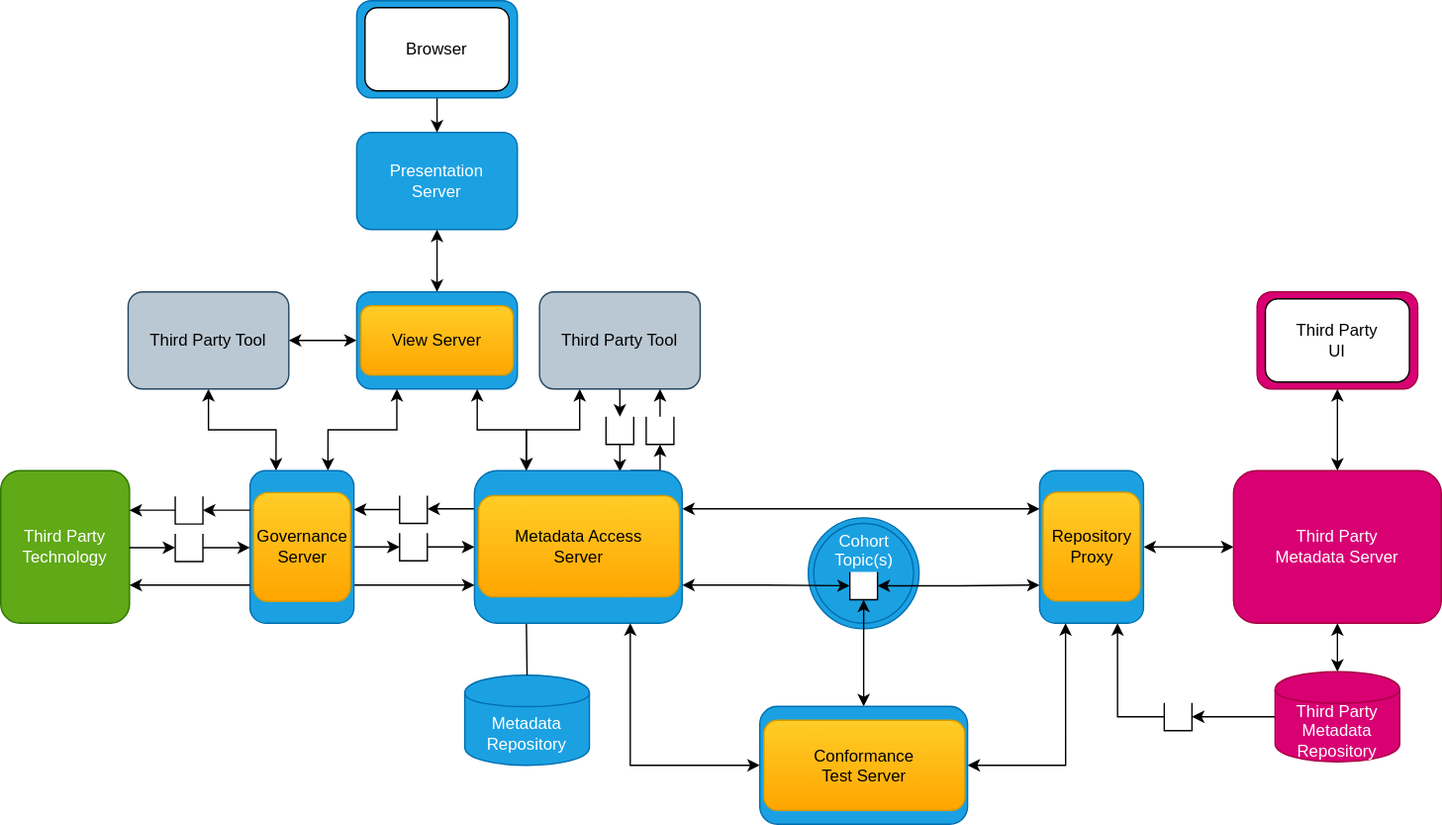
This is site/docs/concepts/omag-server-ecosystem.svg from odpi/egeria-docs, a draw.io export, as it was before one commit. Source tidied: cells renumbered, new cells last; positions are measured from the earlier drawing's top-left corner, leaving out a move shared by most shapes.
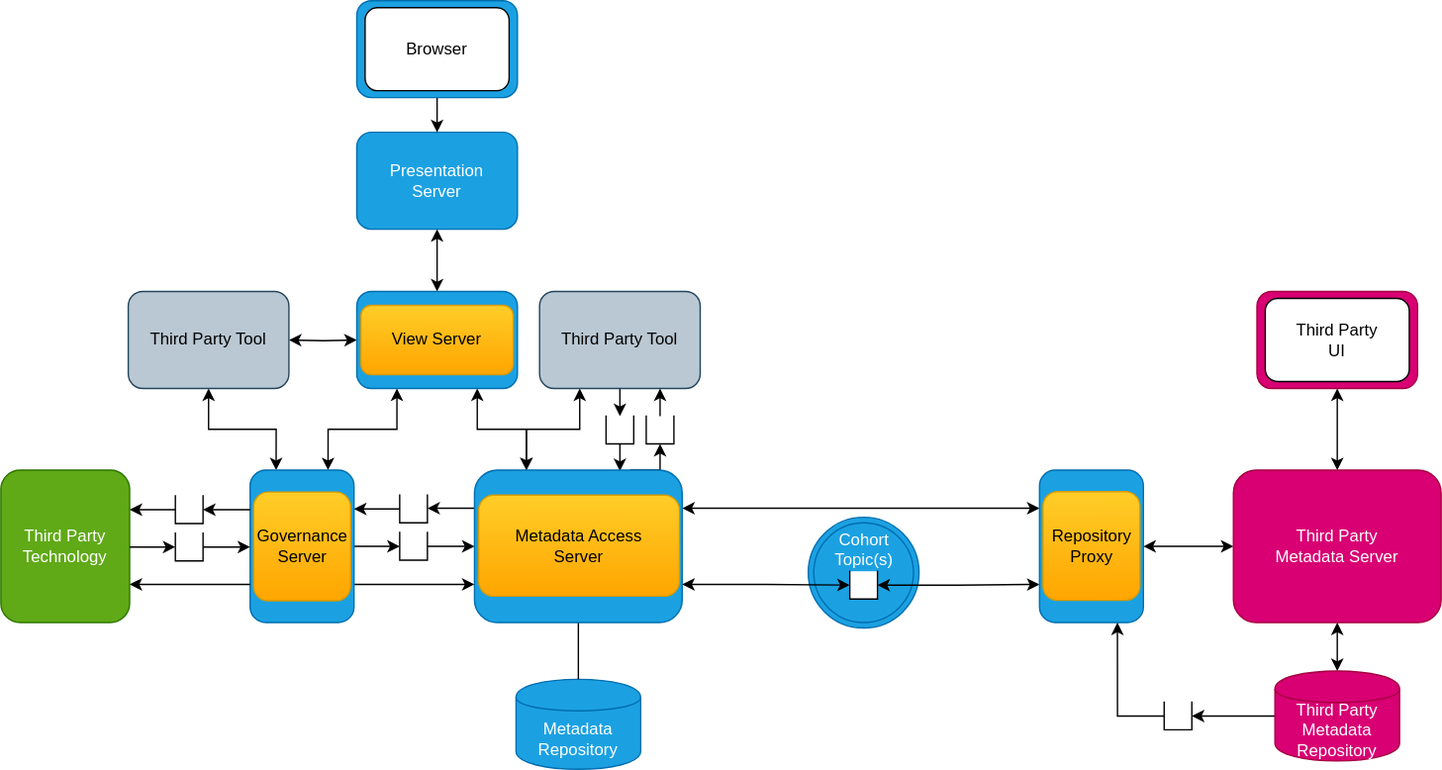
The same diagram one commit later.

What changed in the source:
```diff
@@ -2,22 +2,22 @@
   <root>
     <mxCell id="0" />
     <mxCell id="1" parent="0" />
-    <mxCell id="2" style="edgeStyle=orthogonalEdgeStyle;rounded=0;jettySize=auto;html=1;entryX=0.25;entryY=0;entryDx=0;entryDy=0;startArrow=classic;startFill=1;endArrow=classic;endFill=1;exitX=0.75;exitY=1;exitDx=0;exitDy=0;" parent="1" edge="1" source="60" target="12">
+    <mxCell id="2" style="edgeStyle=orthogonalEdgeStyle;rounded=0;jettySize=auto;html=1;entryX=0.25;entryY=0;entryDx=0;entryDy=0;startArrow=classic;startFill=1;endArrow=classic;endFill=1;exitX=0.75;exitY=1;exitDx=0;exitDy=0;" parent="1" edge="1" source="56" target="12">
       <mxGeometry relative="1" as="geometry" />
     </mxCell>
-    <mxCell id="3" style="edgeStyle=orthogonalEdgeStyle;rounded=0;jettySize=auto;html=1;exitX=0.25;exitY=1;exitDx=0;exitDy=0;startArrow=classic;startFill=1;endArrow=classic;endFill=1;entryX=0.75;entryY=0;entryDx=0;entryDy=0;" parent="1" edge="1" source="60" target="16">
+    <mxCell id="3" style="edgeStyle=orthogonalEdgeStyle;rounded=0;jettySize=auto;html=1;exitX=0.25;exitY=1;exitDx=0;exitDy=0;startArrow=classic;startFill=1;endArrow=classic;endFill=1;entryX=0.75;entryY=0;entryDx=0;entryDy=0;" parent="1" edge="1" source="56" target="16">
       <mxGeometry relative="1" as="geometry" />
     </mxCell>
-    <mxCell id="4" style="edgeStyle=orthogonalEdgeStyle;rounded=0;jettySize=auto;html=1;exitX=0.5;exitY=1;exitDx=0;exitDy=0;entryX=0.5;entryY=0;entryDx=0;entryDy=0;startArrow=classic;startFill=1;" parent="1" edge="1" source="5" target="60">
+    <mxCell id="4" style="edgeStyle=orthogonalEdgeStyle;rounded=0;jettySize=auto;html=1;exitX=0.5;exitY=1;exitDx=0;exitDy=0;entryX=0.5;entryY=0;entryDx=0;entryDy=0;startArrow=classic;startFill=1;" parent="1" edge="1" source="5" target="56">
       <mxGeometry relative="1" as="geometry" />
     </mxCell>
     <mxCell id="5" value="Presentation&lt;br&gt;Server" style="rounded=1;whiteSpace=wrap;html=1;fillColor=#1ba1e2;strokeColor=#006EAF;fontColor=#ffffff;" parent="1" vertex="1">
       <mxGeometry x="257" y="95" width="116" height="70" as="geometry" />
     </mxCell>
     <mxCell id="6" value="Metadata&lt;br&gt;Repository&lt;br&gt;" style="shape=cylinder;whiteSpace=wrap;html=1;boundedLbl=1;backgroundOutline=1;fillColor=#1ba1e2;strokeColor=#006EAF;fontColor=#ffffff;" parent="1" vertex="1">
-      <mxGeometry x="335" y="486.5" width="90" height="65" as="geometry" />
+      <mxGeometry x="372" y="490" width="90" height="65" as="geometry" />
     </mxCell>
-    <mxCell id="7" style="edgeStyle=orthogonalEdgeStyle;rounded=0;jettySize=auto;html=1;exitX=0.25;exitY=1;exitDx=0;exitDy=0;endArrow=none;endFill=0;entryX=0.5;entryY=0;entryDx=0;entryDy=0;" parent="1" edge="1" source="12" target="6">
+    <mxCell id="7" style="rounded=0;jettySize=auto;html=1;exitX=0.5;exitY=1;exitDx=0;exitDy=0;endArrow=none;endFill=0;entryX=0.5;entryY=0;entryDx=0;entryDy=0;" parent="1" edge="1" source="12" target="6">
       <mxGeometry relative="1" as="geometry" />
     </mxCell>
     <mxCell id="8" style="edgeStyle=orthogonalEdgeStyle;rounded=0;jettySize=auto;html=1;exitX=0.75;exitY=0;exitDx=0;exitDy=0;entryX=0.5;entryY=1;entryDx=0;entryDy=0;endArrow=classic;endFill=1;" parent="1" edge="1" source="12" target="21">
@@ -29,7 +29,7 @@
     <mxCell id="10" style="edgeStyle=orthogonalEdgeStyle;rounded=0;jettySize=auto;html=1;entryX=0;entryY=0.25;entryDx=0;entryDy=0;startArrow=classic;startFill=1;endArrow=classic;endFill=1;exitX=1;exitY=0.25;exitDx=0;exitDy=0;" parent="1" edge="1" source="12" target="35">
       <mxGeometry relative="1" as="geometry" />
     </mxCell>
-    <mxCell id="11" style="edgeStyle=orthogonalEdgeStyle;rounded=0;jettySize=auto;html=1;exitX=0.7;exitY=0.006;exitDx=0;exitDy=0;entryX=0.5;entryY=1;entryDx=0;entryDy=0;startArrow=classic;startFill=1;endArrow=none;endFill=0;exitPerimeter=0;" parent="1" edge="1" source="12" target="49">
+    <mxCell id="11" style="edgeStyle=orthogonalEdgeStyle;rounded=0;jettySize=auto;html=1;exitX=0.7;exitY=0.006;exitDx=0;exitDy=0;entryX=0.5;entryY=1;entryDx=0;entryDy=0;startArrow=classic;startFill=1;endArrow=none;endFill=0;exitPerimeter=0;" parent="1" edge="1" source="12" target="45">
       <mxGeometry relative="1" as="geometry">
         <Array as="points">
           <mxPoint x="447" y="329" />
@@ -55,7 +55,7 @@
     <mxCell id="17" style="edgeStyle=orthogonalEdgeStyle;rounded=0;jettySize=auto;html=1;exitX=0.25;exitY=1;exitDx=0;exitDy=0;entryX=0.25;entryY=0;entryDx=0;entryDy=0;startArrow=classic;startFill=1;endArrow=classic;endFill=1;" parent="1" edge="1" source="19" target="12">
       <mxGeometry relative="1" as="geometry" />
     </mxCell>
-    <mxCell id="18" style="edgeStyle=orthogonalEdgeStyle;rounded=0;jettySize=auto;html=1;exitX=0.5;exitY=1;exitDx=0;exitDy=0;entryX=0.5;entryY=0;entryDx=0;entryDy=0;startArrow=none;startFill=0;endArrow=classic;endFill=1;" parent="1" edge="1" source="19" target="49">
+    <mxCell id="18" style="edgeStyle=orthogonalEdgeStyle;rounded=0;jettySize=auto;html=1;exitX=0.5;exitY=1;exitDx=0;exitDy=0;entryX=0.5;entryY=0;entryDx=0;entryDy=0;startArrow=none;startFill=0;endArrow=classic;endFill=1;" parent="1" edge="1" source="19" target="45">
       <mxGeometry relative="1" as="geometry" />
     </mxCell>
     <mxCell id="19" value="Third Party Tool" style="rounded=1;whiteSpace=wrap;html=1;fillColor=#bac8d3;strokeColor=#23445d;" parent="1" vertex="1">
@@ -130,7 +130,7 @@
     <mxCell id="42" style="shape=partialRectangle;whiteSpace=wrap;html=1;bottom=1;right=1;left=1;top=0;fillColor=none;routingCenterX=-0.5;" parent="1" vertex="1">
       <mxGeometry x="840" y="506.5" width="20" height="20" as="geometry" />
     </mxCell>
-    <mxCell id="43" style="edgeStyle=orthogonalEdgeStyle;rounded=0;jettySize=auto;html=1;startArrow=classic;startFill=1;" parent="1" edge="1" target="60">
+    <mxCell id="43" style="edgeStyle=orthogonalEdgeStyle;rounded=0;jettySize=auto;html=1;startArrow=classic;startFill=1;" parent="1" edge="1" target="56">
       <mxGeometry relative="1" as="geometry">
         <mxPoint x="208" y="245" as="sourcePoint" />
       </mxGeometry>
@@ -138,79 +138,64 @@
     <mxCell id="44" value="Third Party Tool" style="rounded=1;whiteSpace=wrap;html=1;fillColor=#bac8d3;strokeColor=#23445d;" parent="1" vertex="1">
       <mxGeometry x="92" y="210" width="116" height="70" as="geometry" />
     </mxCell>
-    <mxCell id="45" style="edgeStyle=orthogonalEdgeStyle;rounded=0;jettySize=auto;html=1;exitX=0.5;exitY=0;exitDx=0;exitDy=0;entryX=0.5;entryY=1;entryDx=0;entryDy=0;startArrow=classic;startFill=1;endArrow=classic;endFill=1;" parent="1" edge="1" source="48" target="28">
-      <mxGeometry relative="1" as="geometry" />
+    <mxCell id="45" style="shape=partialRectangle;whiteSpace=wrap;html=1;bottom=1;right=1;left=1;top=0;fillColor=none;routingCenterX=-0.5;" parent="1" vertex="1">
+      <mxGeometry x="437" y="300" width="20" height="20" as="geometry" />
     </mxCell>
-    <mxCell id="46" style="edgeStyle=orthogonalEdgeStyle;rounded=0;jettySize=auto;html=1;exitX=1;exitY=0.5;exitDx=0;exitDy=0;entryX=0.25;entryY=1;entryDx=0;entryDy=0;startArrow=classic;startFill=1;endArrow=classic;endFill=1;" parent="1" edge="1" source="48" target="35">
-      <mxGeometry relative="1" as="geometry" />
+    <mxCell id="46" style="edgeStyle=orthogonalEdgeStyle;rounded=0;jettySize=auto;html=1;exitX=0;exitY=0.25;exitDx=0;exitDy=0;entryX=1;entryY=0.5;entryDx=0;entryDy=0;endArrow=classic;endFill=1;" parent="1" edge="1" target="50">
+      <mxGeometry relative="1" as="geometry">
+        <mxPoint x="180" y="367.5" as="sourcePoint" />
+      </mxGeometry>
     </mxCell>
-    <mxCell id="47" style="edgeStyle=orthogonalEdgeStyle;rounded=0;jettySize=auto;html=1;exitX=0;exitY=0.5;exitDx=0;exitDy=0;entryX=0.75;entryY=1;entryDx=0;entryDy=0;startArrow=classic;startFill=1;endArrow=classic;endFill=1;" parent="1" edge="1" source="48" target="12">
-      <mxGeometry relative="1" as="geometry" />
+    <mxCell id="47" style="edgeStyle=orthogonalEdgeStyle;rounded=0;jettySize=auto;html=1;exitX=1;exitY=0.5;exitDx=0;exitDy=0;entryX=0;entryY=0.5;entryDx=0;entryDy=0;endArrow=classic;endFill=1;" parent="1" edge="1" target="52">
+      <mxGeometry relative="1" as="geometry">
+        <mxPoint x="93" y="394.5" as="sourcePoint" />
+      </mxGeometry>
     </mxCell>
-    <mxCell id="48" value="Conformance&lt;br&gt;Test Server" style="rounded=1;whiteSpace=wrap;html=1;fillColor=#1ba1e2;strokeColor=#006EAF;fontColor=#ffffff;" parent="1" vertex="1">
-      <mxGeometry x="548" y="509" width="150" height="85" as="geometry" />
+    <mxCell id="48" style="edgeStyle=orthogonalEdgeStyle;rounded=0;orthogonalLoop=1;jettySize=auto;html=1;exitX=1;exitY=0.75;exitDx=0;exitDy=0;entryX=0;entryY=0.75;entryDx=0;entryDy=0;endArrow=none;endFill=0;startArrow=classic;startFill=1;" parent="1" edge="1">
+      <mxGeometry relative="1" as="geometry">
+        <mxPoint x="93" y="421.5" as="sourcePoint" />
+        <mxPoint x="180" y="421.5" as="targetPoint" />
+      </mxGeometry>
     </mxCell>
-    <mxCell id="49" style="shape=partialRectangle;whiteSpace=wrap;html=1;bottom=1;right=1;left=1;top=0;fillColor=none;routingCenterX=-0.5;" parent="1" vertex="1">
-      <mxGeometry x="437" y="300" width="20" height="20" as="geometry" />
+    <mxCell id="49" style="edgeStyle=orthogonalEdgeStyle;rounded=0;jettySize=auto;html=1;exitX=0;exitY=0.5;exitDx=0;exitDy=0;entryX=1;entryY=0.25;entryDx=0;entryDy=0;endArrow=classic;endFill=1;" parent="1" edge="1" source="50">
+      <mxGeometry relative="1" as="geometry">
+        <mxPoint x="93" y="368" as="targetPoint" />
+      </mxGeometry>
     </mxCell>
-    <mxCell id="50" style="edgeStyle=orthogonalEdgeStyle;rounded=0;jettySize=auto;html=1;exitX=0;exitY=0.25;exitDx=0;exitDy=0;entryX=1;entryY=0.5;entryDx=0;entryDy=0;endArrow=classic;endFill=1;" parent="1" edge="1" target="54">
-      <mxGeometry relative="1" as="geometry">
-        <mxPoint x="180" y="367.5" as="sourcePoint" />
-      </mxGeometry>
+    <mxCell id="50" style="shape=partialRectangle;whiteSpace=wrap;html=1;bottom=1;right=1;left=1;top=0;fillColor=none;routingCenterX=-0.5;" parent="1" vertex="1">
+      <mxGeometry x="126" y="357.5" width="20" height="20" as="geometry" />
     </mxCell>
-    <mxCell id="51" style="edgeStyle=orthogonalEdgeStyle;rounded=0;jettySize=auto;html=1;exitX=1;exitY=0.5;exitDx=0;exitDy=0;entryX=0;entryY=0.5;entryDx=0;entryDy=0;endArrow=classic;endFill=1;" parent="1" edge="1" target="56">
+    <mxCell id="51" style="edgeStyle=orthogonalEdgeStyle;rounded=0;jettySize=auto;html=1;exitX=1;exitY=0.5;exitDx=0;exitDy=0;endArrow=classic;endFill=1;" parent="1" edge="1" source="52">
       <mxGeometry relative="1" as="geometry">
-        <mxPoint x="93" y="394.5" as="sourcePoint" />
+        <mxPoint x="180" y="395" as="targetPoint" />
       </mxGeometry>
     </mxCell>
-    <mxCell id="52" style="edgeStyle=orthogonalEdgeStyle;rounded=0;orthogonalLoop=1;jettySize=auto;html=1;exitX=1;exitY=0.75;exitDx=0;exitDy=0;entryX=0;entryY=0.75;entryDx=0;entryDy=0;endArrow=none;endFill=0;startArrow=classic;startFill=1;" parent="1" edge="1">
-      <mxGeometry relative="1" as="geometry">
-        <mxPoint x="93" y="421.5" as="sourcePoint" />
-        <mxPoint x="180" y="421.5" as="targetPoint" />
-      </mxGeometry>
+    <mxCell id="52" style="shape=partialRectangle;whiteSpace=wrap;html=1;bottom=1;right=1;left=1;top=0;fillColor=none;routingCenterX=-0.5;" parent="1" vertex="1">
+      <mxGeometry x="126" y="384.5" width="20" height="20" as="geometry" />
     </mxCell>
-    <mxCell id="53" style="edgeStyle=orthogonalEdgeStyle;rounded=0;jettySize=auto;html=1;exitX=0;exitY=0.5;exitDx=0;exitDy=0;entryX=1;entryY=0.25;entryDx=0;entryDy=0;endArrow=classic;endFill=1;" parent="1" edge="1" source="54">
-      <mxGeometry relative="1" as="geometry">
-        <mxPoint x="93" y="368" as="targetPoint" />
-      </mxGeometry>
+    <mxCell id="53" style="edgeStyle=orthogonalEdgeStyle;rounded=0;jettySize=auto;html=1;entryX=0.5;entryY=0;entryDx=0;entryDy=0;" parent="1" edge="1" source="54" target="5">
+      <mxGeometry relative="1" as="geometry" />
     </mxCell>
-    <mxCell id="54" style="shape=partialRectangle;whiteSpace=wrap;html=1;bottom=1;right=1;left=1;top=0;fillColor=none;routingCenterX=-0.5;" parent="1" vertex="1">
-      <mxGeometry x="126" y="357.5" width="20" height="20" as="geometry" />
+    <mxCell id="54" style="rounded=1;whiteSpace=wrap;html=1;fillColor=#1ba1e2;strokeColor=#006EAF;fontColor=#ffffff;" parent="1" vertex="1">
+      <mxGeometry x="257" width="116" height="70" as="geometry" />
     </mxCell>
-    <mxCell id="55" style="edgeStyle=orthogonalEdgeStyle;rounded=0;jettySize=auto;html=1;exitX=1;exitY=0.5;exitDx=0;exitDy=0;endArrow=classic;endFill=1;" parent="1" edge="1" source="56">
-      <mxGeometry relative="1" as="geometry">
-        <mxPoint x="180" y="395" as="targetPoint" />
-      </mxGeometry>
+    <mxCell id="55" value="Browser" style="rounded=1;whiteSpace=wrap;html=1;" parent="1" vertex="1">
+      <mxGeometry x="263" y="5" width="104" height="60" as="geometry" />
     </mxCell>
-    <mxCell id="56" style="shape=partialRectangle;whiteSpace=wrap;html=1;bottom=1;right=1;left=1;top=0;fillColor=none;routingCenterX=-0.5;" parent="1" vertex="1">
-      <mxGeometry x="126" y="384.5" width="20" height="20" as="geometry" />
+    <mxCell id="56" value="View Server" style="rounded=1;whiteSpace=wrap;html=1;fillColor=#1ba1e2;strokeColor=#006EAF;fontColor=#ffffff;" parent="1" vertex="1">
+      <mxGeometry x="257" y="210" width="116" height="70" as="geometry" />
     </mxCell>
-    <mxCell id="57" style="edgeStyle=orthogonalEdgeStyle;rounded=0;jettySize=auto;html=1;entryX=0.5;entryY=0;entryDx=0;entryDy=0;" parent="1" edge="1" source="58" target="5">
-      <mxGeometry relative="1" as="geometry" />
+    <mxCell id="57" value="View Server" style="rounded=1;whiteSpace=wrap;html=1;gradientColor=#ffa500;fillColor=#ffcd28;strokeColor=#d79b00;" parent="1" vertex="1">
+      <mxGeometry x="260" y="220" width="110" height="50" as="geometry" />
     </mxCell>
-    <mxCell id="58" style="rounded=1;whiteSpace=wrap;html=1;fillColor=#1ba1e2;strokeColor=#006EAF;fontColor=#ffffff;" parent="1" vertex="1">
-      <mxGeometry x="257" width="116" height="70" as="geometry" />
+    <mxCell id="58" value="Governance&lt;br&gt;Server" style="rounded=1;whiteSpace=wrap;html=1;gradientColor=#ffa500;fillColor=#ffcd28;strokeColor=#d79b00;" parent="1" vertex="1">
+      <mxGeometry x="182.5" y="354.8" width="70" height="78.5" as="geometry" />
     </mxCell>
-    <mxCell id="59" value="Browser" style="rounded=1;whiteSpace=wrap;html=1;" parent="1" vertex="1">
-      <mxGeometry x="263" y="5" width="104" height="60" as="geometry" />
+    <mxCell id="59" value="Metadata Access&lt;br&gt;Server" style="rounded=1;whiteSpace=wrap;html=1;gradientColor=#ffa500;fillColor=#ffcd28;strokeColor=#d79b00;" parent="1" vertex="1">
+      <mxGeometry x="345" y="357" width="145" height="73" as="geometry" />
     </mxCell>
-    <mxCell id="60" value="View Server" style="rounded=1;whiteSpace=wrap;html=1;fillColor=#1ba1e2;strokeColor=#006EAF;fontColor=#ffffff;" parent="1" vertex="1">
-      <mxGeometry x="257" y="210" width="116" height="70" as="geometry" />
+    <mxCell id="60" value="Repository&lt;br&gt;Proxy" style="rounded=1;whiteSpace=wrap;html=1;gradientColor=#ffa500;fillColor=#ffcd28;strokeColor=#d79b00;" parent="1" vertex="1">
+      <mxGeometry x="752.5" y="354.5" width="70" height="78.5" as="geometry" />
     </mxCell>
-    <mxCell id="61" value="View Server" style="rounded=1;whiteSpace=wrap;html=1;gradientColor=#ffa500;fillColor=#ffcd28;strokeColor=#d79b00;" parent="1" vertex="1">
-      <mxGeometry x="260" y="220" width="110" height="50" as="geometry" />
-    </mxCell>
-    <mxCell id="62" value="Governance&lt;br&gt;Server" style="rounded=1;whiteSpace=wrap;html=1;gradientColor=#ffa500;fillColor=#ffcd28;strokeColor=#d79b00;" parent="1" vertex="1">
-      <mxGeometry x="182.5" y="354.8" width="70" height="78.5" as="geometry" />
-    </mxCell>
-    <mxCell id="63" value="Metadata Access&lt;br&gt;Server" style="rounded=1;whiteSpace=wrap;html=1;gradientColor=#ffa500;fillColor=#ffcd28;strokeColor=#d79b00;" parent="1" vertex="1">
-      <mxGeometry x="345" y="357" width="145" height="73" as="geometry" />
-    </mxCell>
-    <mxCell id="64" value="Repository&lt;br&gt;Proxy" style="rounded=1;whiteSpace=wrap;html=1;gradientColor=#ffa500;fillColor=#ffcd28;strokeColor=#d79b00;" parent="1" vertex="1">
-      <mxGeometry x="752.5" y="354.5" width="70" height="78.5" as="geometry" />
-    </mxCell>
-    <mxCell id="65" value="Conformance&lt;br&gt;Test Server" style="rounded=1;whiteSpace=wrap;html=1;gradientColor=#ffa500;fillColor=#ffcd28;strokeColor=#d79b00;" parent="1" vertex="1">
-      <mxGeometry x="551" y="519" width="145" height="65" as="geometry" />
-    </mxCell>
   </root>
 </mxGraphModel>
```
